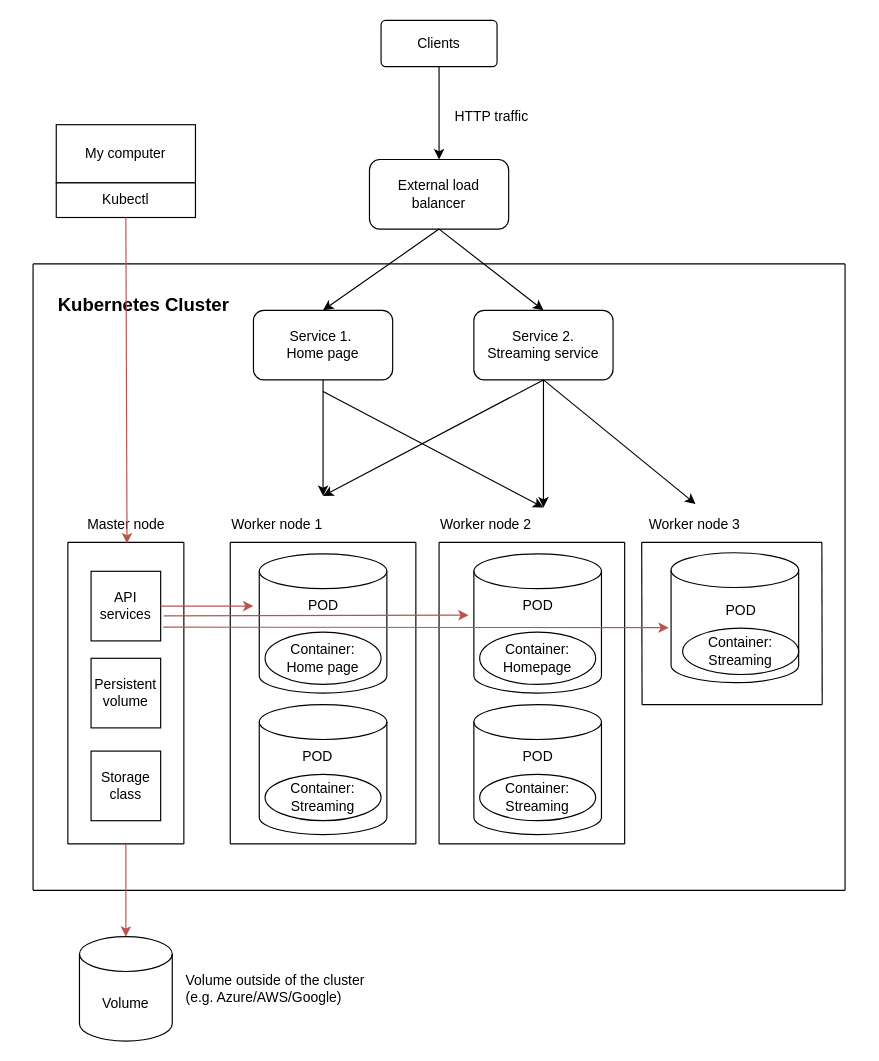
This is part3/3.11/pics/Nimetön kaavio.drawio from flyingstick22/DevOps-with-Docker, a draw.io file, before an edit. Source tidied: cells renumbered, new cells numbered last; positions are measured from the earlier drawing's top-left corner, leaving out a move shared by most shapes. Both pictures are drawn from the tidied source at 116%, with x=0, y=0 at pixel (32, 20).
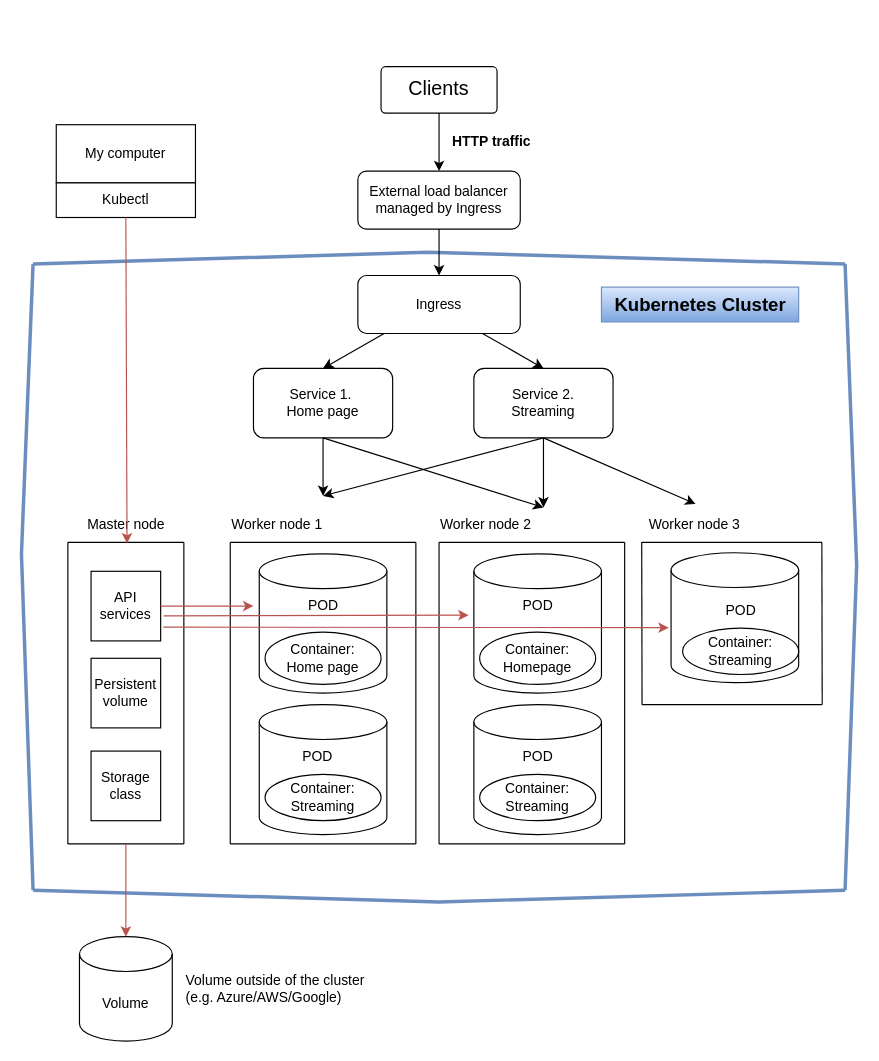
The same page after the edit.

The change refers to these unchanged cells:
```xml
<mxCell id="28" value="Worker node 3" style="text;html=1;align=center;verticalAlign=middle;points=[];strokeColor=none;fillColor=none;" parent="1" vertex="1">
  <mxGeometry x="520" y="420" width="100" height="30" as="geometry" />
</mxCell>
<mxCell id="30" value="Kubectl" style="rounded=0;whiteSpace=wrap;html=1;" parent="1" vertex="1">
  <mxGeometry x="20" y="140" width="120" height="30" as="geometry" />
</mxCell>
<mxCell id="60" value="Master node" style="text;html=1;align=center;verticalAlign=middle;points=[];strokeColor=none;fillColor=none;" parent="1" vertex="1">
  <mxGeometry x="35" y="420" width="90" height="30" as="geometry" />
</mxCell>
```

What changed in the source:
```diff
@@
-    <mxCell id="2" value="External load balancer" style="rounded=1;whiteSpace=wrap;html=1;" parent="1" vertex="1">
-      <mxGeometry x="290" y="120" width="120" height="60" as="geometry" />
+    <mxCell id="2" value="External load balancer managed by Ingress" style="rounded=1;whiteSpace=wrap;html=1;" parent="1" vertex="1">
+      <mxGeometry x="280" y="130" width="140" height="50" as="geometry" />
     </mxCell>
@@
-    <mxCell id="5" style="endArrow=classic;html=1;rounded=0;exitX=0.5;exitY=1;exitDx=0;exitDy=0;entryX=0.5;entryY=0;entryDx=0;entryDy=0;" parent="1" edge="1" source="2" target="14">
-      <mxGeometry relative="1" as="geometry" />
+    <mxCell id="5" style="endArrow=classic;html=1;rounded=0;entryX=0.5;entryY=0;entryDx=0;entryDy=0;" parent="1" edge="1" target="14">
+      <mxGeometry relative="1" as="geometry">
+        <mxPoint x="370" y="260" as="sourcePoint" />
+      </mxGeometry>
     </mxCell>
@@
-    <mxCell id="7" value="Clients" style="rounded=1;arcSize=10;whiteSpace=wrap;html=1;align=center;" parent="1" vertex="1">
-      <mxGeometry x="300" width="100" height="40" as="geometry" />
+    <mxCell id="7" value="Clients" style="rounded=1;arcSize=10;whiteSpace=wrap;html=1;align=center;fontSize=17;" parent="1" vertex="1">
+      <mxGeometry x="300" y="40" width="100" height="40" as="geometry" />
     </mxCell>
-    <mxCell id="8" value="HTTP traffic" style="text;html=1;align=center;verticalAlign=middle;strokeColor=none;fillColor=none;" parent="1" vertex="1">
-      <mxGeometry x="350" y="68" width="90" height="30" as="geometry" />
+    <mxCell id="8" value="HTTP traffic" style="text;html=1;align=center;verticalAlign=middle;strokeColor=none;fillColor=none;fontStyle=1;" parent="1" vertex="1">
+      <mxGeometry x="350" y="90" width="90" height="30" as="geometry" />
     </mxCell>
     <mxCell id="9" value="Service 1.&amp;nbsp;&lt;br&gt;Home page" style="rounded=1;whiteSpace=wrap;html=1;" parent="1" vertex="1">
-      <mxGeometry x="190" y="250" width="120" height="60" as="geometry" />
+      <mxGeometry x="190" y="300" width="120" height="60" as="geometry" />
     </mxCell>
@@
-    <mxCell id="14" value="Service 2.&lt;br&gt;Streaming service" style="rounded=1;whiteSpace=wrap;html=1;" parent="1" vertex="1">
-      <mxGeometry x="380" y="250" width="120" height="60" as="geometry" />
+    <mxCell id="14" value="Service 2.&lt;br&gt;Streaming" style="rounded=1;whiteSpace=wrap;html=1;" parent="1" vertex="1">
+      <mxGeometry x="380" y="300" width="120" height="60" as="geometry" />
     </mxCell>
-    <mxCell id="15" style="endArrow=classic;html=1;rounded=0;exitX=0.5;exitY=1;exitDx=0;exitDy=0;entryX=0.5;entryY=0;entryDx=0;entryDy=0;" parent="1" edge="1" source="2" target="9">
-      <mxGeometry relative="1" as="geometry" />
+    <mxCell id="15" style="endArrow=classic;html=1;rounded=0;entryX=0.5;entryY=0;entryDx=0;entryDy=0;" parent="1" edge="1" target="9">
+      <mxGeometry relative="1" as="geometry">
+        <mxPoint x="320" y="260" as="sourcePoint" />
+      </mxGeometry>
     </mxCell>
@@
-    <mxCell id="27" style="endArrow=classic;html=1;rounded=0;" parent="1" edge="1">
+    <mxCell id="27" style="endArrow=classic;html=1;rounded=0;exitX=0.5;exitY=1;exitDx=0;exitDy=0;" parent="1" edge="1" source="9">
       <mxGeometry relative="1" as="geometry">
-        <mxPoint x="250" y="320" as="sourcePoint" />
         <mxPoint x="440" y="420" as="targetPoint" />
       </mxGeometry>
     </mxCell>
@@
-    <mxCell id="36" style="endArrow=classic;html=1;rounded=0;entryX=0.511;entryY=-0.1;entryDx=0;entryDy=0;entryPerimeter=0;" parent="1" edge="1" target="28">
-      <mxGeometry relative="1" as="geometry">
-        <mxPoint x="440" y="310" as="sourcePoint" />
-      </mxGeometry>
+    <mxCell id="36" style="endArrow=classic;html=1;rounded=0;entryX=0.511;entryY=-0.1;entryDx=0;entryDy=0;entryPerimeter=0;exitX=0.5;exitY=1;exitDx=0;exitDy=0;" parent="1" edge="1" source="14" target="28">
+      <mxGeometry relative="1" as="geometry" />
     </mxCell>
-    <mxCell id="37" style="endArrow=none;html=1;rounded=0;" parent="1" edge="1">
+    <mxCell id="37" style="endArrow=none;html=1;rounded=0;fillColor=#dae8fc;gradientColor=#7ea6e0;strokeColor=#6c8ebf;strokeWidth=3;" parent="1" edge="1">
       <mxGeometry relative="1" as="geometry">
         <mxPoint y="750" as="sourcePoint" />
         <mxPoint y="210" as="targetPoint" />
         <Array as="points">
-          <mxPoint y="470" />
+          <mxPoint x="-10" y="460" />
         </Array>
       </mxGeometry>
     </mxCell>
-    <mxCell id="38" style="endArrow=none;html=1;rounded=0;" parent="1" edge="1">
+    <mxCell id="38" style="endArrow=none;html=1;rounded=0;fillColor=#dae8fc;gradientColor=#7ea6e0;strokeColor=#6c8ebf;strokeWidth=3;" parent="1" edge="1">
       <mxGeometry relative="1" as="geometry">
         <mxPoint x="700" y="210" as="sourcePoint" />
         <mxPoint y="210" as="targetPoint" />
+        <Array as="points">
+          <mxPoint x="340" y="200" />
+        </Array>
       </mxGeometry>
     </mxCell>
-    <mxCell id="39" style="endArrow=none;html=1;rounded=0;" parent="1" edge="1">
+    <mxCell id="39" style="endArrow=none;html=1;rounded=0;fillColor=#dae8fc;gradientColor=#7ea6e0;strokeColor=#6c8ebf;strokeWidth=3;" parent="1" edge="1">
       <mxGeometry relative="1" as="geometry">
         <mxPoint x="700" y="750" as="sourcePoint" />
         <mxPoint x="700" y="210" as="targetPoint" />
+        <Array as="points">
+          <mxPoint x="710" y="470" />
+        </Array>
       </mxGeometry>
     </mxCell>
-    <mxCell id="40" style="endArrow=none;html=1;rounded=0;" parent="1" edge="1">
+    <mxCell id="40" style="endArrow=none;html=1;rounded=0;fillColor=#dae8fc;gradientColor=#7ea6e0;strokeColor=#6c8ebf;strokeWidth=3;" parent="1" edge="1">
       <mxGeometry relative="1" as="geometry">
         <mxPoint x="700" y="750" as="sourcePoint" />
         <mxPoint y="750" as="targetPoint" />
+        <Array as="points">
+          <mxPoint x="350" y="760" />
+        </Array>
       </mxGeometry>
     </mxCell>
+    <mxCell id="42" value="My computer" style="rounded=0;whiteSpace=wrap;html=1;" parent="1" vertex="1">
+      <mxGeometry x="20" y="90" width="120" height="50" as="geometry" />
+    </mxCell>
-    <mxCell id="41" value="&lt;b&gt;&lt;font style=&quot;font-size: 16px;&quot;&gt;Kubernetes Cluster&lt;/font&gt;&lt;/b&gt;" style="text;html=1;align=center;verticalAlign=middle;strokeColor=none;fillColor=none;" parent="1" vertex="1">
-      <mxGeometry x="10" y="230" width="170" height="30" as="geometry" />
+    <mxCell id="41" value="&lt;b&gt;&lt;font style=&quot;font-size: 16px;&quot;&gt;Kubernetes Cluster&lt;/font&gt;&lt;/b&gt;" style="text;html=1;align=center;verticalAlign=middle;strokeColor=#6c8ebf;fillColor=#dae8fc;gradientColor=#7ea6e0;" parent="1" vertex="1">
+      <mxGeometry x="490" y="230" width="170" height="30" as="geometry" />
     </mxCell>
-    <mxCell id="42" value="My computer" style="rounded=0;whiteSpace=wrap;html=1;" parent="1" vertex="1">
-      <mxGeometry x="20" y="90" width="120" height="50" as="geometry" />
-    </mxCell>
@@
+    <mxCell id="65" style="endArrow=classic;html=1;rounded=0;exitX=0.5;exitY=1;exitDx=0;exitDy=0;fillColor=#f8cecc;gradientColor=#ea6b66;strokeColor=#b85450;entryX=0.511;entryY=1.033;entryDx=0;entryDy=0;entryPerimeter=0;" parent="1" edge="1" source="30" target="60">
+      <mxGeometry relative="1" as="geometry" />
+    </mxCell>
@@
-    <mxCell id="65" style="endArrow=classic;html=1;rounded=0;exitX=0.5;exitY=1;exitDx=0;exitDy=0;fillColor=#f8cecc;gradientColor=#ea6b66;strokeColor=#b85450;entryX=0.511;entryY=1.033;entryDx=0;entryDy=0;entryPerimeter=0;" parent="1" edge="1" source="30" target="60">
-      <mxGeometry relative="1" as="geometry" />
-    </mxCell>
@@
+    <mxCell id="70" value="Ingress" style="rounded=1;whiteSpace=wrap;html=1;" parent="1" vertex="1">
+      <mxGeometry x="280" y="220" width="140" height="50" as="geometry" />
+    </mxCell>
+    <mxCell id="71" style="endArrow=classic;html=1;rounded=0;exitX=0.5;exitY=1;exitDx=0;exitDy=0;entryX=0.5;entryY=0;entryDx=0;entryDy=0;" parent="1" edge="1" source="2" target="70">
+      <mxGeometry relative="1" as="geometry" />
+    </mxCell>
```
